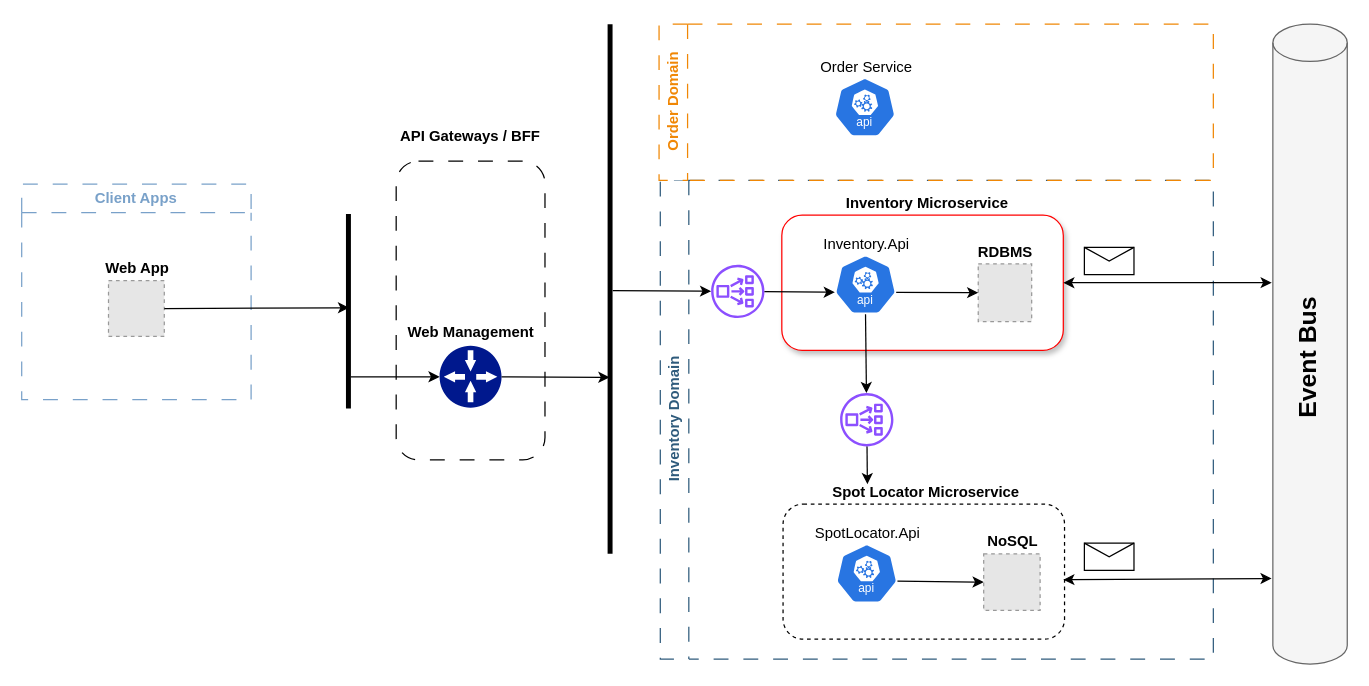
This is docs/system-design.drawio from IgorMoura25/invent-fusion, a draw.io file, before an edit. Source tidied: cells renumbered, new cells numbered last; positions are measured from the earlier drawing's top-left corner, leaving out a move shared by most shapes. Both pictures are drawn from the tidied source at 124%, with x=0, y=0 at pixel (21, 24). Pictures stored in the file or linked from it are replaced by grey dashed boxes.
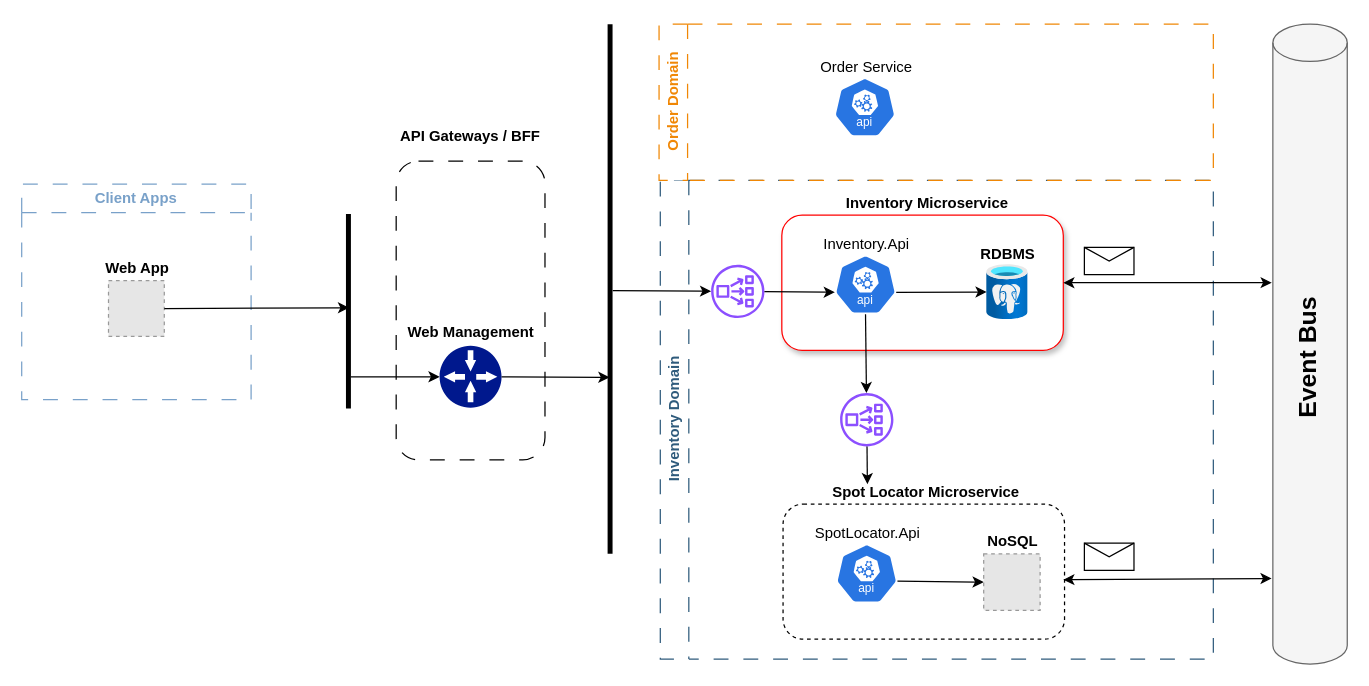
Above is the later version.

The change refers to these unchanged cells:
```xml
<mxCell id="3" style="group;" parent="2" vertex="1">
  <mxGeometry x="98" y="4" width="227" height="133" as="geometry" />
</mxCell>
<mxCell id="6" style="sketch=0;html=1;dashed=0;whitespace=wrap;verticalLabelPosition=bottom;verticalAlign=top;fillColor=#2875E2;strokeColor=#ffffff;points=[[0.005,0.63,0],[0.1,0.2,0],[0.9,0.2,0],[0.5,0,0],[0.995,0.63,0],[0.72,0.99,0],[0.5,1,0],[0.28,0.99,0]];shape=mxgraph.kubernetes.icon2;kubernetesLabel=1;prIcon=api;" parent="5" vertex="1">
  <mxGeometry x="30.5" y="21" width="50" height="48" as="geometry" />
</mxCell>
```

Diff of the diagram source:
```diff
@@
+    <mxCell id="12" value="&lt;b&gt;Inventory Microservice&lt;/b&gt;" style="text;html=1;align=center;verticalAlign=middle;whiteSpace=wrap;rounded=0;" parent="3" vertex="1">
+      <mxGeometry x="42" width="151" height="30" as="geometry" />
+    </mxCell>
     <mxCell id="8" style="group;" parent="3" vertex="1">
-      <mxGeometry x="149" y="40.8" width="62" height="76.5" as="geometry" />
+      <mxGeometry x="151" y="43" width="62" height="86.5" as="geometry" />
     </mxCell>
-    <mxCell id="9" style="fillColor=#E6E6E6;strokeColor=#999999;dashed=1;verticalLabelPosition=bottom;labelBackgroundColor=default;verticalAlign=top;" parent="8" vertex="1">
-      <mxGeometry x="9.4" y="22.5" width="43.1" height="46.5" as="geometry" />
-    </mxCell>
@@
+    <mxCell id="54" style="image;html=1;points=[];align=center;fontSize=12;image=img/lib/azure2/databases/Azure_Database_PostgreSQL_Server.svg;" parent="8" vertex="1">
+      <mxGeometry x="14.3" y="21" width="33.4" height="44.5" as="geometry" />
+    </mxCell>
-    <mxCell id="11" style="endArrow=classic;html=1;rounded=0;exitX=0.995;exitY=0.63;exitDx=0;exitDy=0;exitPerimeter=0;entryX=0;entryY=0.5;entryDx=0;entryDy=0;" parent="3" edge="1" source="6" target="9">
+    <mxCell id="11" style="endArrow=classic;html=1;rounded=0;exitX=0.995;exitY=0.63;exitDx=0;exitDy=0;exitPerimeter=0;entryX=-0.004;entryY=0.495;entryDx=0;entryDy=0;entryPerimeter=0;" parent="3" edge="1" source="6" target="54">
       <mxGeometry relative="1" as="geometry" />
     </mxCell>
-    <mxCell id="12" value="&lt;b&gt;Inventory Microservice&lt;/b&gt;" style="text;html=1;align=center;verticalAlign=middle;whiteSpace=wrap;rounded=0;" parent="3" vertex="1">
-      <mxGeometry x="42" width="151" height="30" as="geometry" />
-    </mxCell>
```
